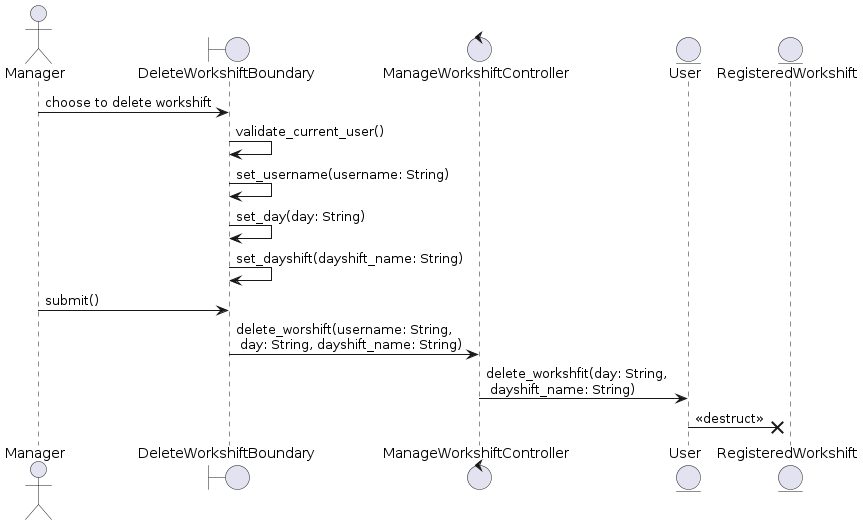
Earlier version of the PlantUML export docs/UML/Sequence Diagrams/delete-workshift.png (LapTQ/MCT).
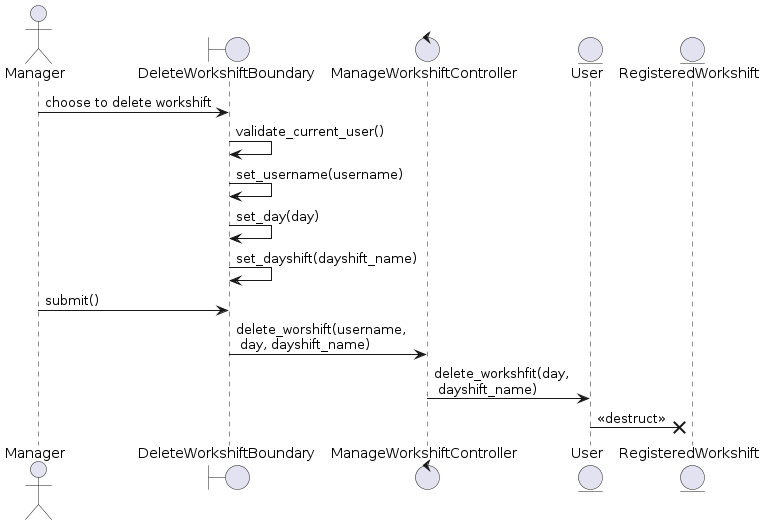
The same file after the commit.

What changed in the source:
```diff
@@ -8,12 +8,12 @@
 
 A -> B2: choose to delete workshift
 B2 -> B2: validate_current_user()
-B2 -> B2: set_username(username: String)
-B2 -> B2: set_day(day: String)
-B2 -> B2: set_dayshift(dayshift_name: String)
+B2 -> B2: set_username(username)
+B2 -> B2: set_day(day)
+B2 -> B2: set_dayshift(dayshift_name)
 A -> B2: submit()
-B2 -> C: delete_worshift(username: String, \n day: String, dayshift_name: String)
-C -> E3: delete_workshfit(day: String, \n dayshift_name: String)
+B2 -> C: delete_worshift(username, \n day, dayshift_name)
+C -> E3: delete_workshfit(day, \n dayshift_name)
 E3 ->x E2: <<destruct>>
 
 
```
